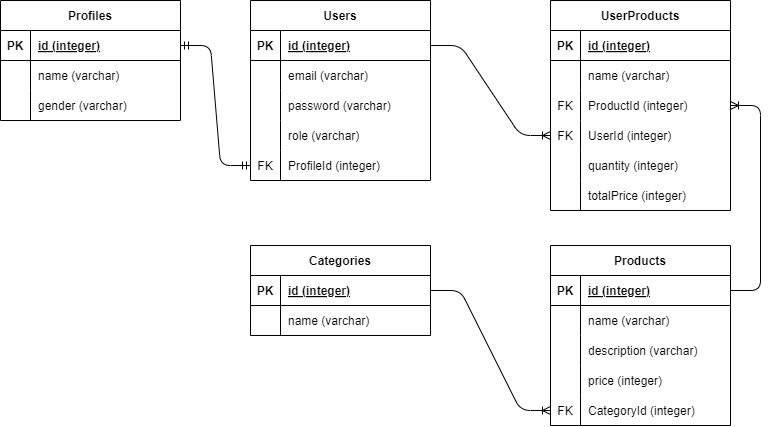
This is ERD.drawio.png from FildzaHadyan/Pair_Project_Ecommerce, a draw.io export, as it was before one commit. Source tidied: cells renumbered, new cells last; positions are measured from the earlier drawing's top-left corner, leaving out a move shared by most shapes.
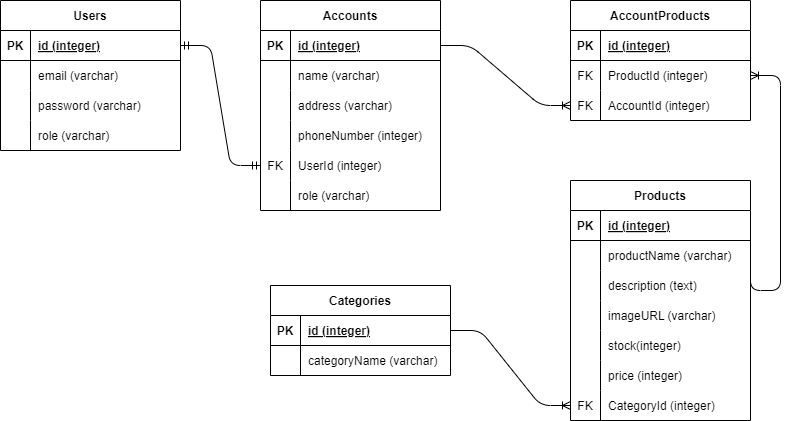
Later version of the same file.

Diff of the diagram source:
```diff
@@ -3,7 +3,7 @@
     <mxCell id="0" />
     <mxCell id="1" parent="0" />
     <mxCell id="2" value="Users" style="shape=table;startSize=30;rowLines=0;fontStyle=1;align=center;" parent="1" vertex="1">
-      <mxGeometry x="250" width="180" height="180" as="geometry" />
+      <mxGeometry x="-20" width="180" height="150" as="geometry" />
     </mxCell>
     <mxCell id="3" style="shape=tableRow;horizontal=0;startSize=0;swimlaneHead=0;swimlaneBody=0;fillColor=none;points=[[0,0.5],[1,0.5]];portConstraint=eastwest;top=0;left=0;right=0;bottom=1;" parent="2" vertex="1">
       <mxGeometry y="30" width="180" height="30" as="geometry" />
@@ -14,13 +14,13 @@
     <mxCell id="5" value="id (integer)" style="shape=partialRectangle;fillColor=none;top=0;left=0;bottom=0;right=0;align=left;spacingLeft=6;fontStyle=5;overflow=hidden;" parent="3" vertex="1">
       <mxGeometry x="30" width="150" height="30" as="geometry" />
     </mxCell>
-    <mxCell id="6" style="shape=tableRow;horizontal=0;startSize=0;swimlaneHead=0;swimlaneBody=0;fillColor=none;top=0;left=0;right=0;bottom=0;" parent="2" vertex="1">
-      <mxGeometry y="60" width="180" height="30" as="geometry" />
-    </mxCell>
-    <mxCell id="7" style="shape=partialRectangle;fillColor=none;top=0;left=0;bottom=0;right=0;overflow=hidden;" parent="6" vertex="1">
-      <mxGeometry width="30" height="30" as="geometry" />
-    </mxCell>
+    <mxCell id="74" style="shape=tableRow;horizontal=0;startSize=0;swimlaneHead=0;swimlaneBody=0;fillColor=none;top=0;left=0;right=0;bottom=0;" parent="2" vertex="1">
+      <mxGeometry y="60" width="180" height="30" as="geometry" />
+    </mxCell>
+    <mxCell id="75" style="shape=partialRectangle;fillColor=none;top=0;left=0;bottom=0;right=0;overflow=hidden;" parent="74" vertex="1">
+      <mxGeometry width="30" height="30" as="geometry" />
+    </mxCell>
-    <mxCell id="8" value="email (varchar)" style="shape=partialRectangle;fillColor=none;top=0;left=0;bottom=0;right=0;align=left;spacingLeft=6;overflow=hidden;" parent="6" vertex="1">
+    <mxCell id="8" value="email (varchar)" style="shape=partialRectangle;fillColor=none;top=0;left=0;bottom=0;right=0;align=left;spacingLeft=6;overflow=hidden;" parent="74" vertex="1">
       <mxGeometry x="30" width="150" height="30" as="geometry" />
     </mxCell>
     <mxCell id="9" style="shape=tableRow;horizontal=0;startSize=0;swimlaneHead=0;swimlaneBody=0;fillColor=none;top=0;left=0;right=0;bottom=0;" parent="2" vertex="1">
@@ -41,17 +41,8 @@
     <mxCell id="14" value="role (varchar)" style="shape=partialRectangle;fillColor=none;top=0;left=0;bottom=0;right=0;align=left;spacingLeft=6;overflow=hidden;" parent="12" vertex="1">
       <mxGeometry x="30" width="150" height="30" as="geometry" />
     </mxCell>
-    <mxCell id="15" style="shape=tableRow;horizontal=0;startSize=0;swimlaneHead=0;swimlaneBody=0;fillColor=none;points=[[0,0.5],[1,0.5]];portConstraint=eastwest;top=0;left=0;right=0;bottom=0;" parent="2" vertex="1">
-      <mxGeometry y="150" width="180" height="30" as="geometry" />
-    </mxCell>
-    <mxCell id="16" value="FK" style="shape=partialRectangle;fillColor=none;top=0;left=0;bottom=0;right=0;overflow=hidden;" parent="15" vertex="1">
-      <mxGeometry width="30" height="30" as="geometry" />
-    </mxCell>
-    <mxCell id="17" value="ProfileId (integer)" style="shape=partialRectangle;fillColor=none;top=0;left=0;bottom=0;right=0;align=left;spacingLeft=6;overflow=hidden;" parent="15" vertex="1">
-      <mxGeometry x="30" width="150" height="30" as="geometry" />
-    </mxCell>
-    <mxCell id="18" value="Profiles" style="shape=table;startSize=30;rowLines=0;fontStyle=1;align=center;" parent="1" vertex="1">
-      <mxGeometry width="180" height="120" as="geometry" />
+    <mxCell id="18" value="Accounts" style="shape=table;startSize=30;rowLines=0;fontStyle=1;align=center;" parent="1" vertex="1">
+      <mxGeometry x="240" width="180" height="210" as="geometry" />
     </mxCell>
     <mxCell id="19" style="shape=tableRow;horizontal=0;startSize=0;swimlaneHead=0;swimlaneBody=0;fillColor=none;points=[[0,0.5],[1,0.5]];portConstraint=eastwest;top=0;left=0;right=0;bottom=1;" parent="18" vertex="1">
       <mxGeometry y="30" width="180" height="30" as="geometry" />
@@ -77,11 +68,38 @@
     <mxCell id="26" style="shape=partialRectangle;fillColor=none;top=0;left=0;bottom=0;right=0;overflow=hidden;" parent="25" vertex="1">
       <mxGeometry width="30" height="30" as="geometry" />
     </mxCell>
-    <mxCell id="27" value="gender (varchar)" style="shape=partialRectangle;fillColor=none;top=0;left=0;bottom=0;right=0;align=left;spacingLeft=6;overflow=hidden;" parent="25" vertex="1">
+    <mxCell id="27" value="address (varchar)" style="shape=partialRectangle;fillColor=none;top=0;left=0;bottom=0;right=0;align=left;spacingLeft=6;overflow=hidden;" parent="25" vertex="1">
       <mxGeometry x="30" width="150" height="30" as="geometry" />
     </mxCell>
+    <mxCell id="76" style="shape=tableRow;horizontal=0;startSize=0;swimlaneHead=0;swimlaneBody=0;fillColor=none;top=0;left=0;right=0;bottom=0;" parent="18" vertex="1">
+      <mxGeometry y="120" width="180" height="30" as="geometry" />
+    </mxCell>
+    <mxCell id="77" style="shape=partialRectangle;fillColor=none;top=0;left=0;bottom=0;right=0;overflow=hidden;" parent="76" vertex="1">
+      <mxGeometry width="30" height="30" as="geometry" />
+    </mxCell>
+    <mxCell id="78" value="phoneNumber (integer)" style="shape=partialRectangle;fillColor=none;top=0;left=0;bottom=0;right=0;align=left;spacingLeft=6;overflow=hidden;" parent="76" vertex="1">
+      <mxGeometry x="30" width="150" height="30" as="geometry" />
+    </mxCell>
+    <mxCell id="79" style="shape=tableRow;horizontal=0;startSize=0;swimlaneHead=0;swimlaneBody=0;fillColor=none;points=[[0,0.5],[1,0.5]];portConstraint=eastwest;top=0;left=0;right=0;bottom=0;" parent="18" vertex="1">
+      <mxGeometry y="150" width="180" height="30" as="geometry" />
+    </mxCell>
+    <mxCell id="16" value="FK" style="shape=partialRectangle;fillColor=none;top=0;left=0;bottom=0;right=0;overflow=hidden;" parent="79" vertex="1">
+      <mxGeometry width="30" height="30" as="geometry" />
+    </mxCell>
+    <mxCell id="80" value="UserId (integer)" style="shape=partialRectangle;fillColor=none;top=0;left=0;bottom=0;right=0;align=left;spacingLeft=6;overflow=hidden;" parent="79" vertex="1">
+      <mxGeometry x="30" width="150" height="30" as="geometry" />
+    </mxCell>
+    <mxCell id="81" style="shape=tableRow;horizontal=0;startSize=0;swimlaneHead=0;swimlaneBody=0;fillColor=none;top=0;left=0;right=0;bottom=0;" parent="18" vertex="1">
+      <mxGeometry y="180" width="180" height="30" as="geometry" />
+    </mxCell>
+    <mxCell id="82" style="shape=partialRectangle;fillColor=none;top=0;left=0;bottom=0;right=0;overflow=hidden;" parent="81" vertex="1">
+      <mxGeometry width="30" height="30" as="geometry" />
+    </mxCell>
+    <mxCell id="83" value="role (varchar)" style="shape=partialRectangle;fillColor=none;top=0;left=0;bottom=0;right=0;align=left;spacingLeft=6;overflow=hidden;" parent="81" vertex="1">
+      <mxGeometry x="30" width="150" height="30" as="geometry" />
+    </mxCell>
     <mxCell id="28" value="Categories" style="shape=table;startSize=30;rowLines=0;fontStyle=1;align=center;" parent="1" vertex="1">
-      <mxGeometry x="250" y="245" width="180" height="90" as="geometry" />
+      <mxGeometry x="250" y="285" width="180" height="90" as="geometry" />
     </mxCell>
     <mxCell id="29" style="shape=tableRow;horizontal=0;startSize=0;swimlaneHead=0;swimlaneBody=0;fillColor=none;points=[[0,0.5],[1,0.5]];portConstraint=eastwest;top=0;left=0;right=0;bottom=1;" parent="28" vertex="1">
       <mxGeometry y="30" width="180" height="30" as="geometry" />
@@ -98,11 +116,11 @@
     <mxCell id="33" style="shape=partialRectangle;fillColor=none;top=0;left=0;bottom=0;right=0;overflow=hidden;" parent="32" vertex="1">
       <mxGeometry width="30" height="30" as="geometry" />
     </mxCell>
-    <mxCell id="34" value="name (varchar)" style="shape=partialRectangle;fillColor=none;top=0;left=0;bottom=0;right=0;align=left;spacingLeft=6;overflow=hidden;" parent="32" vertex="1">
+    <mxCell id="34" value="categoryName (varchar)" style="shape=partialRectangle;fillColor=none;top=0;left=0;bottom=0;right=0;align=left;spacingLeft=6;overflow=hidden;" parent="32" vertex="1">
       <mxGeometry x="30" width="150" height="30" as="geometry" />
     </mxCell>
-    <mxCell id="35" value="UserProducts" style="shape=table;startSize=30;rowLines=0;fontStyle=1;align=center;" parent="1" vertex="1">
-      <mxGeometry x="550" width="180" height="210" as="geometry" />
+    <mxCell id="35" value="AccountProducts" style="shape=table;startSize=30;rowLines=0;fontStyle=1;align=center;" parent="1" vertex="1">
+      <mxGeometry x="550" width="180" height="120" as="geometry" />
     </mxCell>
     <mxCell id="36" style="shape=tableRow;horizontal=0;startSize=0;swimlaneHead=0;swimlaneBody=0;fillColor=none;top=0;left=0;right=0;bottom=1;" parent="35" vertex="1">
       <mxGeometry y="30" width="180" height="30" as="geometry" />
@@ -113,17 +131,8 @@
     <mxCell id="38" value="id (integer)" style="shape=partialRectangle;fillColor=none;top=0;left=0;bottom=0;right=0;align=left;spacingLeft=6;fontStyle=5;overflow=hidden;" parent="36" vertex="1">
       <mxGeometry x="30" width="150" height="30" as="geometry" />
     </mxCell>
-    <mxCell id="39" style="shape=tableRow;horizontal=0;startSize=0;swimlaneHead=0;swimlaneBody=0;fillColor=none;top=0;left=0;right=0;bottom=0;" parent="35" vertex="1">
-      <mxGeometry y="60" width="180" height="30" as="geometry" />
-    </mxCell>
-    <mxCell id="40" style="shape=partialRectangle;fillColor=none;top=0;left=0;bottom=0;right=0;overflow=hidden;" parent="39" vertex="1">
-      <mxGeometry width="30" height="30" as="geometry" />
-    </mxCell>
-    <mxCell id="41" value="name (varchar)" style="shape=partialRectangle;fillColor=none;top=0;left=0;bottom=0;right=0;align=left;spacingLeft=6;overflow=hidden;" parent="39" vertex="1">
-      <mxGeometry x="30" width="150" height="30" as="geometry" />
-    </mxCell>
     <mxCell id="42" style="shape=tableRow;horizontal=0;startSize=0;swimlaneHead=0;swimlaneBody=0;fillColor=none;points=[[0,0.5],[1,0.5]];portConstraint=eastwest;top=0;left=0;right=0;bottom=0;" parent="35" vertex="1">
-      <mxGeometry y="90" width="180" height="30" as="geometry" />
+      <mxGeometry y="60" width="180" height="30" as="geometry" />
     </mxCell>
     <mxCell id="43" value="FK" style="shape=partialRectangle;fillColor=none;top=0;left=0;bottom=0;right=0;overflow=hidden;" parent="42" vertex="1">
       <mxGeometry width="30" height="30" as="geometry" />
@@ -132,34 +141,16 @@
       <mxGeometry x="30" width="150" height="30" as="geometry" />
     </mxCell>
     <mxCell id="45" style="shape=tableRow;horizontal=0;startSize=0;swimlaneHead=0;swimlaneBody=0;fillColor=none;points=[[0,0.5],[1,0.5]];portConstraint=eastwest;top=0;left=0;right=0;bottom=0;" parent="35" vertex="1">
-      <mxGeometry y="120" width="180" height="30" as="geometry" />
+      <mxGeometry y="90" width="180" height="30" as="geometry" />
     </mxCell>
     <mxCell id="46" value="FK" style="shape=partialRectangle;fillColor=none;top=0;left=0;bottom=0;right=0;overflow=hidden;" parent="45" vertex="1">
       <mxGeometry width="30" height="30" as="geometry" />
     </mxCell>
-    <mxCell id="47" value="UserId (integer)" style="shape=partialRectangle;fillColor=none;top=0;left=0;bottom=0;right=0;align=left;spacingLeft=6;overflow=hidden;" parent="45" vertex="1">
+    <mxCell id="47" value="AccountId (integer)" style="shape=partialRectangle;fillColor=none;top=0;left=0;bottom=0;right=0;align=left;spacingLeft=6;overflow=hidden;" parent="45" vertex="1">
       <mxGeometry x="30" width="150" height="30" as="geometry" />
     </mxCell>
-    <mxCell id="48" style="shape=tableRow;horizontal=0;startSize=0;swimlaneHead=0;swimlaneBody=0;fillColor=none;top=0;left=0;right=0;bottom=0;" parent="35" vertex="1">
-      <mxGeometry y="150" width="180" height="30" as="geometry" />
-    </mxCell>
-    <mxCell id="49" style="shape=partialRectangle;fillColor=none;top=0;left=0;bottom=0;right=0;overflow=hidden;" parent="48" vertex="1">
-      <mxGeometry width="30" height="30" as="geometry" />
-    </mxCell>
-    <mxCell id="50" value="quantity (integer)" style="shape=partialRectangle;fillColor=none;top=0;left=0;bottom=0;right=0;align=left;spacingLeft=6;overflow=hidden;" parent="48" vertex="1">
-      <mxGeometry x="30" width="150" height="30" as="geometry" />
-    </mxCell>
-    <mxCell id="51" style="shape=tableRow;horizontal=0;startSize=0;swimlaneHead=0;swimlaneBody=0;fillColor=none;top=0;left=0;right=0;bottom=0;" parent="35" vertex="1">
-      <mxGeometry y="180" width="180" height="30" as="geometry" />
-    </mxCell>
-    <mxCell id="52" style="shape=partialRectangle;fillColor=none;top=0;left=0;bottom=0;right=0;overflow=hidden;" parent="51" vertex="1">
-      <mxGeometry width="30" height="30" as="geometry" />
-    </mxCell>
-    <mxCell id="53" value="totalPrice (integer)" style="shape=partialRectangle;fillColor=none;top=0;left=0;bottom=0;right=0;align=left;spacingLeft=6;overflow=hidden;" parent="51" vertex="1">
-      <mxGeometry x="30" width="150" height="30" as="geometry" />
-    </mxCell>
     <mxCell id="54" value="Products" style="shape=table;startSize=30;rowLines=0;fontStyle=1;align=center;" parent="1" vertex="1">
-      <mxGeometry x="550" y="245" width="180" height="180" as="geometry" />
+      <mxGeometry x="550" y="180" width="180" height="240" as="geometry" />
     </mxCell>
     <mxCell id="55" style="shape=tableRow;horizontal=0;startSize=0;swimlaneHead=0;swimlaneBody=0;fillColor=none;points=[[0,0.5],[1,0.5]];portConstraint=eastwest;top=0;left=0;right=0;bottom=1;" parent="54" vertex="1">
       <mxGeometry y="30" width="180" height="30" as="geometry" />
@@ -176,7 +167,7 @@
     <mxCell id="59" style="shape=partialRectangle;fillColor=none;top=0;left=0;bottom=0;right=0;overflow=hidden;" parent="58" vertex="1">
       <mxGeometry width="30" height="30" as="geometry" />
     </mxCell>
-    <mxCell id="60" value="name (varchar)" style="shape=partialRectangle;fillColor=none;top=0;left=0;bottom=0;right=0;align=left;spacingLeft=6;overflow=hidden;" parent="58" vertex="1">
+    <mxCell id="60" value="productName (varchar)" style="shape=partialRectangle;fillColor=none;top=0;left=0;bottom=0;right=0;align=left;spacingLeft=6;overflow=hidden;" parent="58" vertex="1">
       <mxGeometry x="30" width="150" height="30" as="geometry" />
     </mxCell>
     <mxCell id="61" style="shape=tableRow;horizontal=0;startSize=0;swimlaneHead=0;swimlaneBody=0;fillColor=none;top=0;left=0;right=0;bottom=0;" parent="54" vertex="1">
@@ -185,7 +176,7 @@
     <mxCell id="62" style="shape=partialRectangle;fillColor=none;top=0;left=0;bottom=0;right=0;overflow=hidden;" parent="61" vertex="1">
       <mxGeometry width="30" height="30" as="geometry" />
     </mxCell>
-    <mxCell id="63" value="description (varchar)" style="shape=partialRectangle;fillColor=none;top=0;left=0;bottom=0;right=0;align=left;spacingLeft=6;overflow=hidden;" parent="61" vertex="1">
+    <mxCell id="63" value="description (text)" style="shape=partialRectangle;fillColor=none;top=0;left=0;bottom=0;right=0;align=left;spacingLeft=6;overflow=hidden;" parent="61" vertex="1">
       <mxGeometry x="30" width="150" height="30" as="geometry" />
     </mxCell>
     <mxCell id="64" style="shape=tableRow;horizontal=0;startSize=0;swimlaneHead=0;swimlaneBody=0;fillColor=none;top=0;left=0;right=0;bottom=0;" parent="54" vertex="1">
@@ -194,11 +185,29 @@
     <mxCell id="65" style="shape=partialRectangle;fillColor=none;top=0;left=0;bottom=0;right=0;overflow=hidden;" parent="64" vertex="1">
       <mxGeometry width="30" height="30" as="geometry" />
     </mxCell>
-    <mxCell id="66" value="price (integer)" style="shape=partialRectangle;fillColor=none;top=0;left=0;bottom=0;right=0;align=left;spacingLeft=6;overflow=hidden;" parent="64" vertex="1">
+    <mxCell id="66" value="imageURL (varchar)" style="shape=partialRectangle;fillColor=none;top=0;left=0;bottom=0;right=0;align=left;spacingLeft=6;overflow=hidden;" parent="64" vertex="1">
       <mxGeometry x="30" width="150" height="30" as="geometry" />
     </mxCell>
+    <mxCell id="84" style="shape=tableRow;horizontal=0;startSize=0;swimlaneHead=0;swimlaneBody=0;fillColor=none;top=0;left=0;right=0;bottom=0;" parent="54" vertex="1">
+      <mxGeometry y="150" width="180" height="30" as="geometry" />
+    </mxCell>
+    <mxCell id="85" style="shape=partialRectangle;fillColor=none;top=0;left=0;bottom=0;right=0;overflow=hidden;" parent="84" vertex="1">
+      <mxGeometry width="30" height="30" as="geometry" />
+    </mxCell>
+    <mxCell id="86" value="stock(integer)" style="shape=partialRectangle;fillColor=none;top=0;left=0;bottom=0;right=0;align=left;spacingLeft=6;overflow=hidden;" parent="84" vertex="1">
+      <mxGeometry x="30" width="150" height="30" as="geometry" />
+    </mxCell>
+    <mxCell id="87" style="shape=tableRow;horizontal=0;startSize=0;swimlaneHead=0;swimlaneBody=0;fillColor=none;top=0;left=0;right=0;bottom=0;" parent="54" vertex="1">
+      <mxGeometry y="180" width="180" height="30" as="geometry" />
+    </mxCell>
+    <mxCell id="88" style="shape=partialRectangle;fillColor=none;top=0;left=0;bottom=0;right=0;overflow=hidden;" parent="87" vertex="1">
+      <mxGeometry width="30" height="30" as="geometry" />
+    </mxCell>
+    <mxCell id="89" value="price (integer)" style="shape=partialRectangle;fillColor=none;top=0;left=0;bottom=0;right=0;align=left;spacingLeft=6;overflow=hidden;" parent="87" vertex="1">
+      <mxGeometry x="30" width="150" height="30" as="geometry" />
+    </mxCell>
     <mxCell id="67" style="shape=tableRow;horizontal=0;startSize=0;swimlaneHead=0;swimlaneBody=0;fillColor=none;points=[[0,0.5],[1,0.5]];portConstraint=eastwest;top=0;left=0;right=0;bottom=0;" parent="54" vertex="1">
-      <mxGeometry y="150" width="180" height="30" as="geometry" />
+      <mxGeometry y="210" width="180" height="30" as="geometry" />
     </mxCell>
     <mxCell id="68" value="FK" style="shape=partialRectangle;fillColor=none;top=0;left=0;bottom=0;right=0;overflow=hidden;" parent="67" vertex="1">
       <mxGeometry width="30" height="30" as="geometry" />
@@ -209,18 +218,19 @@
     <mxCell id="70" style="edgeStyle=orthogonalEdgeStyle;fontSize=12;html=1;endArrow=ERoneToMany;entryX=1;entryY=0.5;entryDx=0;entryDy=0;exitX=1;exitY=0.5;exitDx=0;exitDy=0;" parent="1" edge="1" source="55" target="42">
       <mxGeometry relative="1" as="geometry">
         <Array as="points">
+          <mxPoint x="730" y="290" />
           <mxPoint x="760" y="290" />
-          <mxPoint x="760" y="105" />
+          <mxPoint x="760" y="75" />
         </Array>
       </mxGeometry>
     </mxCell>
     <mxCell id="71" style="edgeStyle=entityRelationEdgeStyle;fontSize=12;html=1;endArrow=ERoneToMany;exitX=1;exitY=0.5;exitDx=0;exitDy=0;entryX=0;entryY=0.5;entryDx=0;entryDy=0;" parent="1" edge="1" source="29" target="67">
       <mxGeometry relative="1" as="geometry" />
     </mxCell>
-    <mxCell id="72" style="edgeStyle=entityRelationEdgeStyle;fontSize=12;html=1;endArrow=ERmandOne;startArrow=ERmandOne;exitX=1;exitY=0.5;exitDx=0;exitDy=0;entryX=0;entryY=0.5;entryDx=0;entryDy=0;" parent="1" edge="1" source="19" target="15">
+    <mxCell id="72" style="edgeStyle=entityRelationEdgeStyle;fontSize=12;html=1;endArrow=ERmandOne;startArrow=ERmandOne;exitX=1;exitY=0.5;exitDx=0;exitDy=0;entryX=0;entryY=0.5;entryDx=0;entryDy=0;" parent="1" edge="1" source="3" target="79">
       <mxGeometry relative="1" as="geometry" />
     </mxCell>
-    <mxCell id="73" style="edgeStyle=entityRelationEdgeStyle;fontSize=12;html=1;endArrow=ERoneToMany;exitX=1;exitY=0.5;exitDx=0;exitDy=0;entryX=0;entryY=0.5;entryDx=0;entryDy=0;" parent="1" edge="1" source="3" target="45">
+    <mxCell id="73" style="edgeStyle=entityRelationEdgeStyle;fontSize=12;html=1;endArrow=ERoneToMany;entryX=0;entryY=0.5;entryDx=0;entryDy=0;exitX=1;exitY=0.5;exitDx=0;exitDy=0;" parent="1" edge="1" source="19" target="45">
       <mxGeometry relative="1" as="geometry" />
     </mxCell>
   </root>
```
